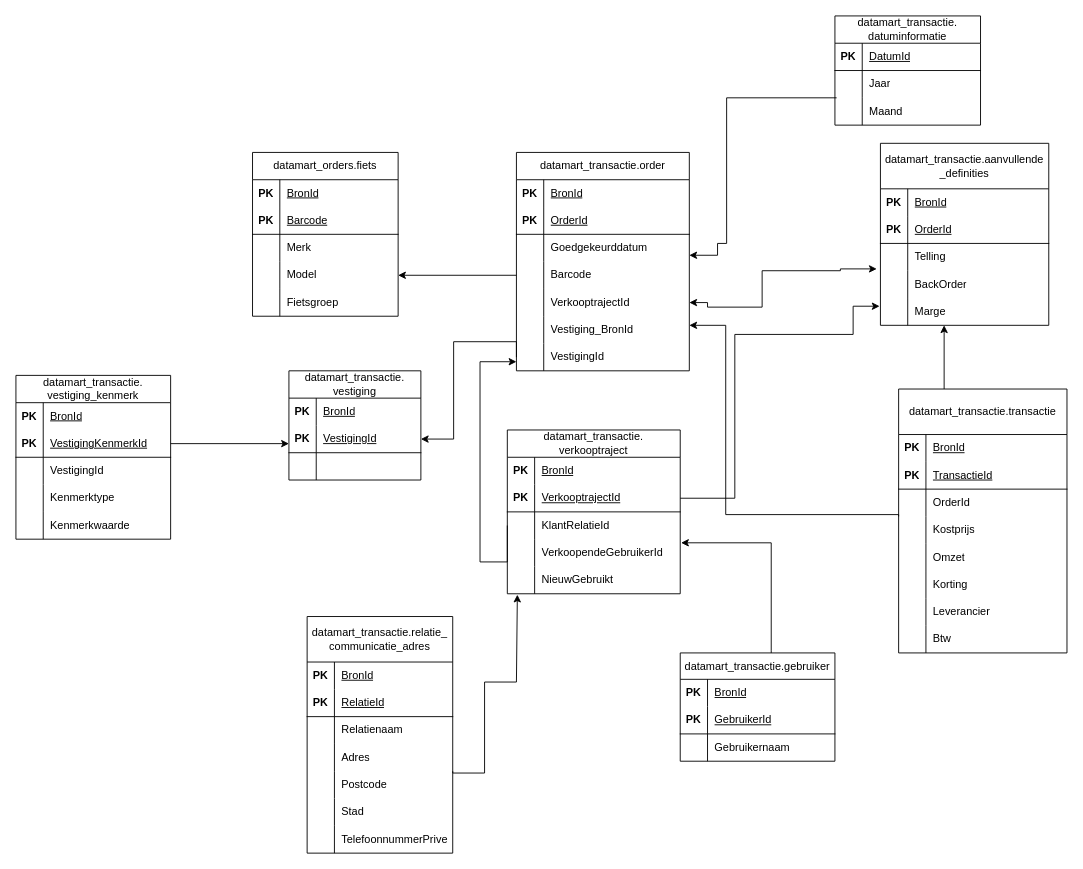
Above: page "ERD transactielijst datamart transactielijst" (2 of 2) of Diagram zonder titel.drawio in roxboers/starter-web (draw.io), before the change. Source tidied: cells renumbered, new cells numbered last; positions are measured from the earlier drawing's top-left corner, leaving out a move shared by most shapes. Both pictures are drawn from the tidied source at 91%, with x=0, y=0 at pixel (15, 15).
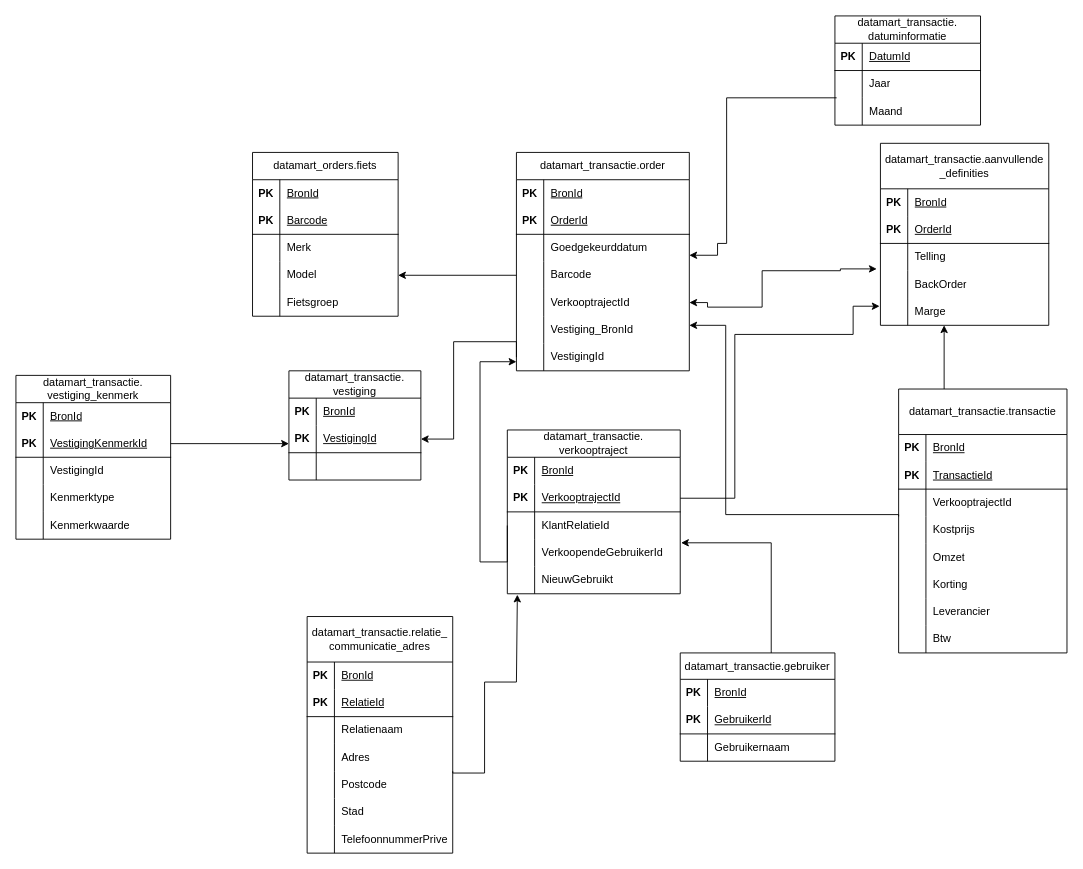
Above is the later version.

Unchanged cells that the change refers to:
```xml
<mxCell id="155" style="shape=tableRow;horizontal=0;startSize=0;swimlaneHead=0;swimlaneBody=0;fillColor=none;top=0;left=0;right=0;bottom=0;html=1;" parent="148" vertex="1">
  <mxGeometry y="110" width="185" height="30" as="geometry" />
</mxCell>
```

Change to the diagram source:
```diff
@@
-    <mxCell id="157" value="OrderId" style="shape=partialRectangle;fillColor=none;top=0;left=0;bottom=0;right=0;align=left;spacingLeft=6;overflow=hidden;html=1;whiteSpace=wrap;" parent="155" vertex="1">
+    <mxCell id="157" value="VerkooptrajectId" style="shape=partialRectangle;fillColor=none;top=0;left=0;bottom=0;right=0;align=left;spacingLeft=6;overflow=hidden;html=1;whiteSpace=wrap;" parent="155" vertex="1">
       <mxGeometry x="30" width="155" height="30" as="geometry" />
     </mxCell>
```
